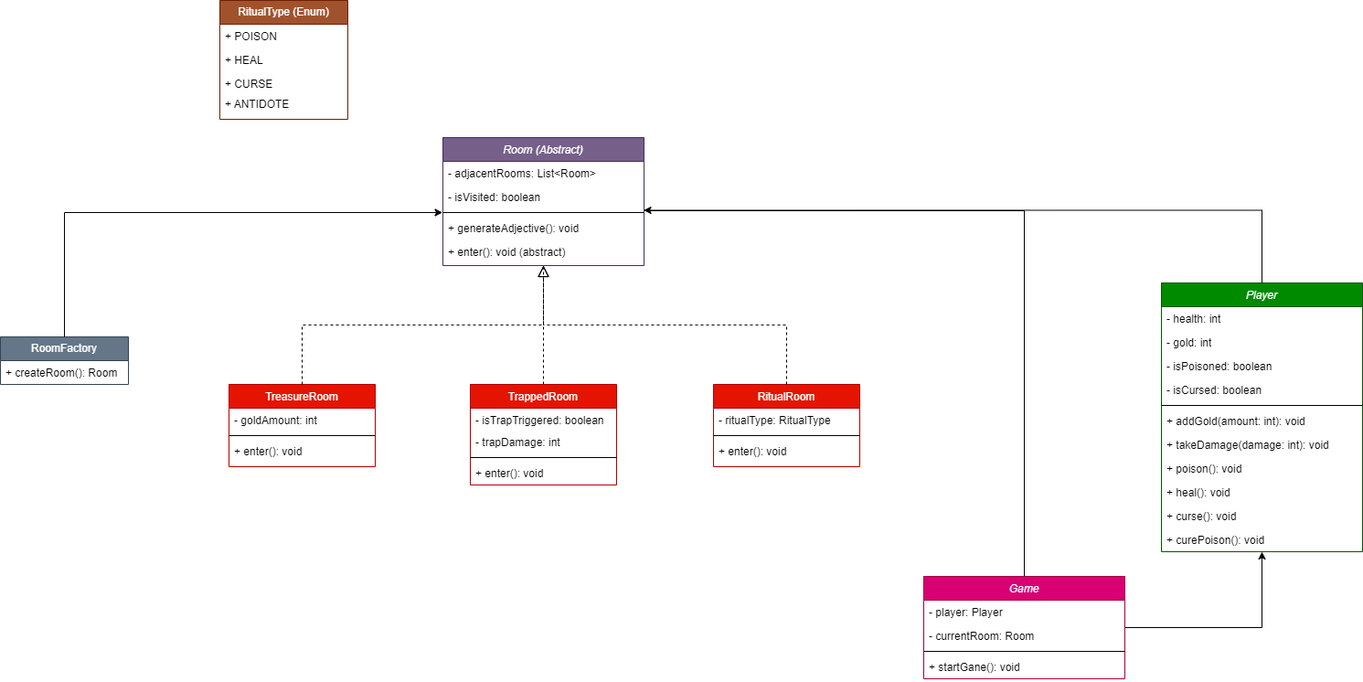
yehonatan1112/Dungeons keeps this draw.io diagram as UML.png. Above is the earlier version. Source tidied: cells renumbered, new cells last; positions are measured from the earlier drawing's top-left corner, leaving out a move shared by most shapes.
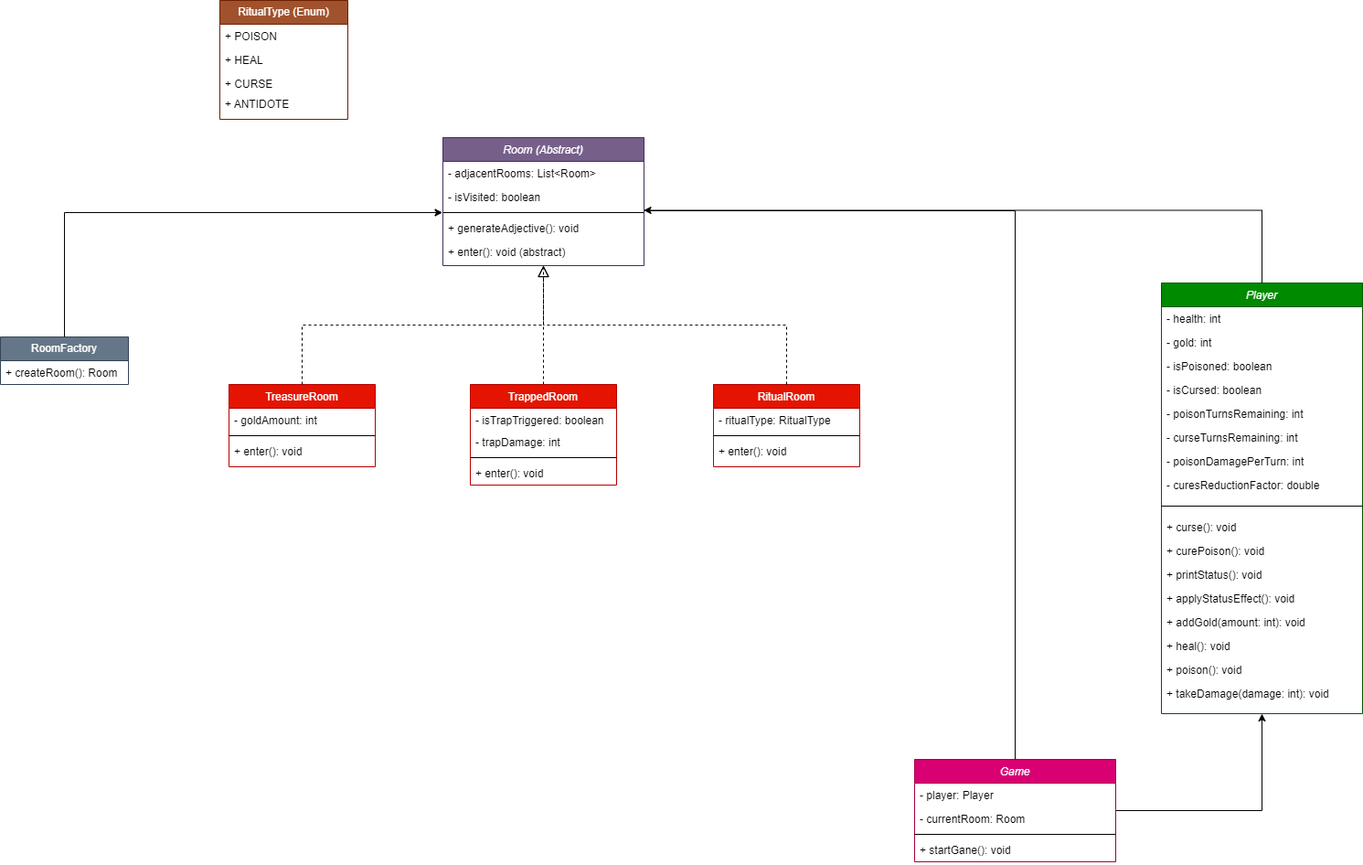
The same diagram one commit later.

Change to the diagram source:
```diff
@@ -89,7 +89,7 @@
       <mxGeometry y="26" width="140" height="26" as="geometry" />
     </mxCell>
     <mxCell id="30" value="Player" style="swimlane;fontStyle=2;align=center;verticalAlign=top;horizontal=1;startSize=26;rounded=0;shadow=0;strokeWidth=1;fillColor=#008a00;strokeColor=#005700;fontColor=#ffffff;" parent="1" vertex="1">
-      <mxGeometry x="1270" y="309" width="220" height="294" as="geometry" />
+      <mxGeometry x="1270" y="309" width="220" height="471" as="geometry" />
     </mxCell>
     <mxCell id="31" value="- health: int" style="text;align=left;verticalAlign=top;spacingLeft=4;spacingRight=4;overflow=hidden;" parent="30" vertex="1">
       <mxGeometry y="26" width="220" height="26" as="geometry" />
@@ -103,32 +103,50 @@
     <mxCell id="34" value="- isCursed: boolean" style="text;align=left;verticalAlign=top;spacingLeft=4;spacingRight=4;overflow=hidden;" parent="30" vertex="1">
       <mxGeometry y="104" width="220" height="26" as="geometry" />
     </mxCell>
+    <mxCell id="52" value="- poisonTurnsRemaining: int" style="text;align=left;verticalAlign=top;spacingLeft=4;spacingRight=4;overflow=hidden;" parent="30" vertex="1">
+      <mxGeometry y="130" width="220" height="26" as="geometry" />
+    </mxCell>
+    <mxCell id="53" value="- curseTurnsRemaining: int" style="text;align=left;verticalAlign=top;spacingLeft=4;spacingRight=4;overflow=hidden;" parent="30" vertex="1">
+      <mxGeometry y="156" width="220" height="26" as="geometry" />
+    </mxCell>
+    <mxCell id="54" value="- poisonDamagePerTurn: int" style="text;align=left;verticalAlign=top;spacingLeft=4;spacingRight=4;overflow=hidden;" parent="30" vertex="1">
+      <mxGeometry y="182" width="220" height="26" as="geometry" />
+    </mxCell>
+    <mxCell id="55" value="- curesReductionFactor: double" style="text;align=left;verticalAlign=top;spacingLeft=4;spacingRight=4;overflow=hidden;" parent="30" vertex="1">
+      <mxGeometry y="208" width="220" height="26" as="geometry" />
+    </mxCell>
     <mxCell id="35" style="line;html=1;strokeWidth=1;align=left;verticalAlign=middle;spacingTop=-1;spacingLeft=3;spacingRight=3;labelPosition=right;" parent="30" vertex="1">
-      <mxGeometry y="130" width="220" height="8" as="geometry" />
+      <mxGeometry y="234" width="220" height="20" as="geometry" />
     </mxCell>
-    <mxCell id="36" value="+ addGold(amount: int): void" style="text;align=left;verticalAlign=top;spacingLeft=4;spacingRight=4;overflow=hidden;" parent="30" vertex="1">
-      <mxGeometry y="138" width="220" height="26" as="geometry" />
-    </mxCell>
-    <mxCell id="37" value="+ takeDamage(damage: int): void" style="text;align=left;verticalAlign=top;spacingLeft=4;spacingRight=4;overflow=hidden;" parent="30" vertex="1">
-      <mxGeometry y="164" width="220" height="26" as="geometry" />
-    </mxCell>
-    <mxCell id="38" value="+ poison(): void" style="text;align=left;verticalAlign=top;spacingLeft=4;spacingRight=4;overflow=hidden;" parent="30" vertex="1">
-      <mxGeometry y="190" width="220" height="26" as="geometry" />
-    </mxCell>
-    <mxCell id="39" value="+ heal(): void" style="text;align=left;verticalAlign=top;spacingLeft=4;spacingRight=4;overflow=hidden;" parent="30" vertex="1">
-      <mxGeometry y="216" width="220" height="26" as="geometry" />
-    </mxCell>
     <mxCell id="40" value="+ curse(): void" style="text;align=left;verticalAlign=top;spacingLeft=4;spacingRight=4;overflow=hidden;" parent="30" vertex="1">
-      <mxGeometry y="242" width="220" height="26" as="geometry" />
+      <mxGeometry y="254" width="220" height="26" as="geometry" />
     </mxCell>
     <mxCell id="41" value="+ curePoison(): void" style="text;align=left;verticalAlign=top;spacingLeft=4;spacingRight=4;overflow=hidden;" parent="30" vertex="1">
-      <mxGeometry y="268" width="220" height="26" as="geometry" />
+      <mxGeometry y="280" width="220" height="26" as="geometry" />
     </mxCell>
+    <mxCell id="56" value="+ printStatus(): void" style="text;align=left;verticalAlign=top;spacingLeft=4;spacingRight=4;overflow=hidden;" parent="30" vertex="1">
+      <mxGeometry y="306" width="220" height="26" as="geometry" />
+    </mxCell>
+    <mxCell id="57" value="+ applyStatusEffect(): void" style="text;align=left;verticalAlign=top;spacingLeft=4;spacingRight=4;overflow=hidden;" parent="30" vertex="1">
+      <mxGeometry y="332" width="220" height="26" as="geometry" />
+    </mxCell>
+    <mxCell id="36" value="+ addGold(amount: int): void" style="text;align=left;verticalAlign=top;spacingLeft=4;spacingRight=4;overflow=hidden;" parent="30" vertex="1">
+      <mxGeometry y="358" width="220" height="26" as="geometry" />
+    </mxCell>
+    <mxCell id="39" value="+ heal(): void" style="text;align=left;verticalAlign=top;spacingLeft=4;spacingRight=4;overflow=hidden;" parent="30" vertex="1">
+      <mxGeometry y="384" width="220" height="26" as="geometry" />
+    </mxCell>
+    <mxCell id="38" value="+ poison(): void" style="text;align=left;verticalAlign=top;spacingLeft=4;spacingRight=4;overflow=hidden;" parent="30" vertex="1">
+      <mxGeometry y="410" width="220" height="26" as="geometry" />
+    </mxCell>
+    <mxCell id="37" value="+ takeDamage(damage: int): void" style="text;align=left;verticalAlign=top;spacingLeft=4;spacingRight=4;overflow=hidden;" parent="30" vertex="1">
+      <mxGeometry y="436" width="220" height="26" as="geometry" />
+    </mxCell>
     <mxCell id="42" style="edgeStyle=orthogonalEdgeStyle;rounded=0;jettySize=auto;html=1;entryX=0.5;entryY=1;entryDx=0;entryDy=0;" parent="1" edge="1" source="43" target="30">
       <mxGeometry relative="1" as="geometry" />
     </mxCell>
     <mxCell id="43" value="Game" style="swimlane;fontStyle=2;align=center;verticalAlign=top;horizontal=1;startSize=26;rounded=0;shadow=0;strokeWidth=1;fillColor=#d80073;strokeColor=#A50040;fontColor=#ffffff;" parent="1" vertex="1">
-      <mxGeometry x="1010" y="630" width="220" height="112" as="geometry" />
+      <mxGeometry x="1000" y="830" width="220" height="112" as="geometry" />
     </mxCell>
     <mxCell id="44" value="- player: Player" style="text;align=left;verticalAlign=top;spacingLeft=4;spacingRight=4;overflow=hidden;" parent="43" vertex="1">
       <mxGeometry y="26" width="220" height="26" as="geometry" />
```
